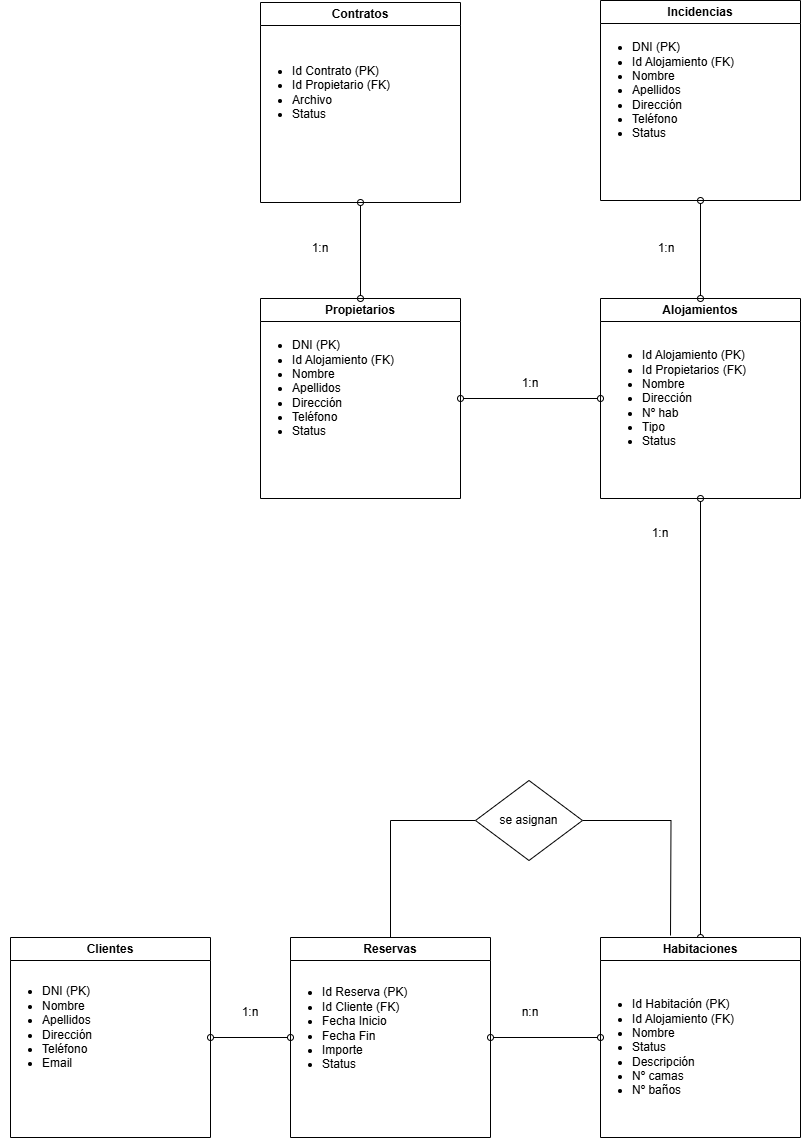
Earlier version of the draw.io export docs/BBDD.png (laumarm6/alojamiento). Source tidied: cells renumbered, new cells last; positions are measured from the earlier drawing's top-left corner, leaving out a move shared by most shapes.
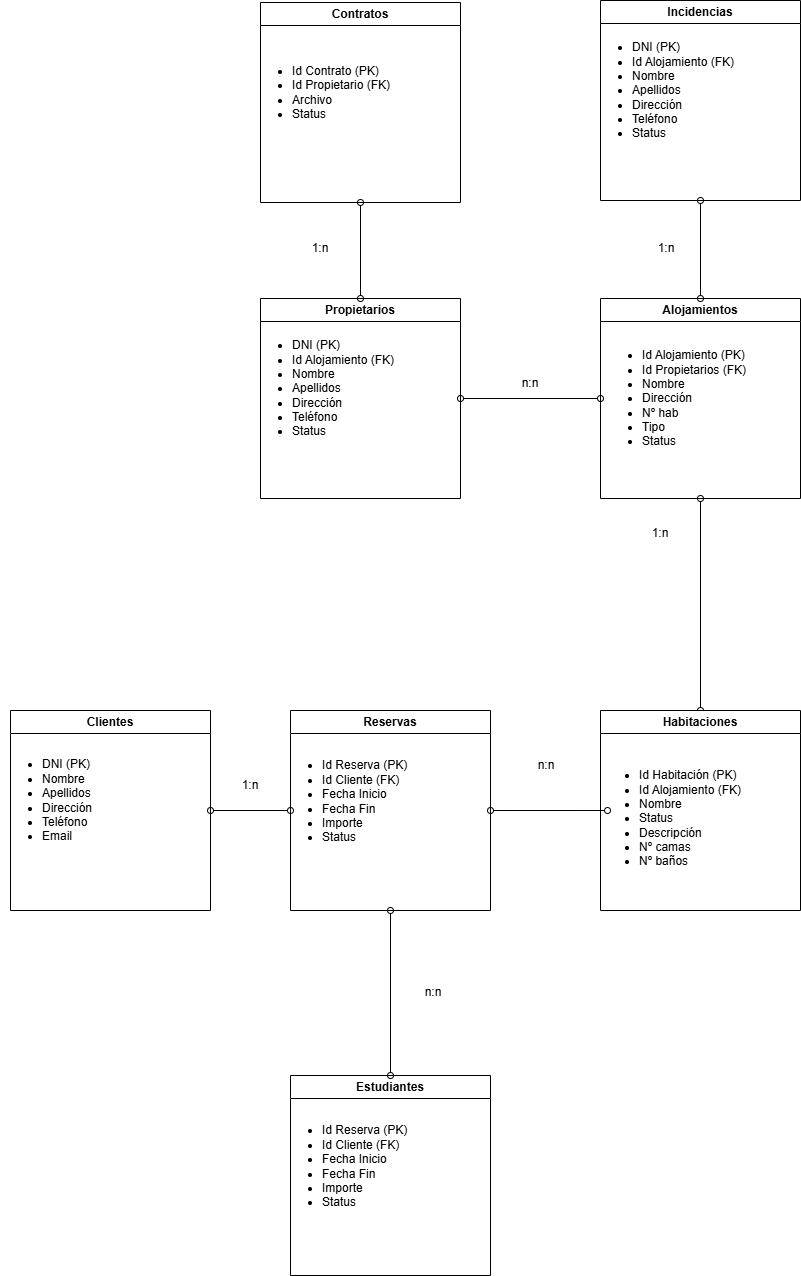
After the commit.

Commit message:
actualizao esquema BBDD

Diff of the diagram source:
```diff
@@ -17,20 +17,14 @@
     <mxCell id="6" style="edgeStyle=orthogonalEdgeStyle;rounded=0;jettySize=auto;html=1;exitX=0.5;exitY=0;exitDx=0;exitDy=0;entryX=0.5;entryY=1;entryDx=0;entryDy=0;endArrow=oval;startFill=0;startArrow=oval;endFill=0;" parent="1" edge="1" source="8" target="4">
       <mxGeometry relative="1" as="geometry" />
     </mxCell>
-    <mxCell id="7" style="edgeStyle=orthogonalEdgeStyle;rounded=0;jettySize=auto;html=1;entryX=1;entryY=0.5;entryDx=0;entryDy=0;endArrow=oval;startFill=0;startArrow=oval;endFill=0;" parent="1" edge="1" source="8" target="11">
-      <mxGeometry relative="1" as="geometry" />
-    </mxCell>
     <mxCell id="8" value="Habitaciones" style="swimlane;whiteSpace=wrap;html=1;" parent="1" vertex="1">
-      <mxGeometry x="600" y="937" width="200" height="200" as="geometry" />
+      <mxGeometry x="600" y="710" width="200" height="200" as="geometry" />
     </mxCell>
     <mxCell id="9" value="&lt;ul&gt;&lt;li&gt;Id Habitación (PK)&lt;/li&gt;&lt;li&gt;Id Alojamiento (FK)&lt;/li&gt;&lt;li&gt;Nombre&lt;/li&gt;&lt;li&gt;Status&lt;/li&gt;&lt;li&gt;Descripción&lt;/li&gt;&lt;li&gt;Nº camas&lt;/li&gt;&lt;li&gt;Nº baños&lt;/li&gt;&lt;/ul&gt;" style="text;html=1;align=left;verticalAlign=middle;points=[];strokeColor=none;fillColor=none;" parent="8" vertex="1">
-      <mxGeometry x="-10" y="40" width="170" height="140" as="geometry" />
+      <mxGeometry x="-3" y="38" width="170" height="140" as="geometry" />
     </mxCell>
-    <mxCell id="10" style="edgeStyle=orthogonalEdgeStyle;rounded=0;jettySize=auto;html=1;exitX=0.5;exitY=0;exitDx=0;exitDy=0;entryX=0;entryY=0.5;entryDx=0;entryDy=0;strokeColor=default;endArrow=none;startFill=0;" parent="1" edge="1" source="11" target="30">
-      <mxGeometry relative="1" as="geometry" />
-    </mxCell>
     <mxCell id="11" value="Reservas" style="swimlane;whiteSpace=wrap;html=1;" parent="1" vertex="1">
-      <mxGeometry x="290" y="937" width="200" height="200" as="geometry" />
+      <mxGeometry x="290" y="710" width="200" height="200" as="geometry" />
     </mxCell>
     <mxCell id="12" value="&lt;ul&gt;&lt;li&gt;Id Reserva (PK)&lt;/li&gt;&lt;li&gt;Id Cliente (FK)&lt;/li&gt;&lt;li&gt;Fecha Inicio&lt;/li&gt;&lt;li&gt;Fecha Fin&lt;/li&gt;&lt;li&gt;Importe&lt;/li&gt;&lt;li&gt;Status&lt;/li&gt;&lt;/ul&gt;" style="text;html=1;align=left;verticalAlign=middle;strokeColor=none;fillColor=none;" parent="11" vertex="1">
       <mxGeometry x="-10" y="30" width="143" height="122" as="geometry" />
@@ -39,7 +33,7 @@
       <mxGeometry relative="1" as="geometry" />
     </mxCell>
     <mxCell id="14" value="Clientes" style="swimlane;whiteSpace=wrap;html=1;" parent="1" vertex="1">
-      <mxGeometry x="10" y="937" width="200" height="200" as="geometry" />
+      <mxGeometry x="10" y="710" width="200" height="200" as="geometry" />
     </mxCell>
     <mxCell id="15" value="&lt;ul&gt;&lt;li&gt;DNI (PK)&lt;/li&gt;&lt;li&gt;Nombre&lt;/li&gt;&lt;li&gt;Apellidos&lt;/li&gt;&lt;li&gt;Dirección&lt;/li&gt;&lt;li style=&quot;&quot;&gt;Teléfono&lt;/li&gt;&lt;li style=&quot;&quot;&gt;Email&lt;/li&gt;&lt;/ul&gt;" style="text;html=1;align=left;verticalAlign=middle;strokeColor=none;fillColor=none;" parent="14" vertex="1">
       <mxGeometry x="-10" y="30" width="110" height="120" as="geometry" />
@@ -47,17 +41,14 @@
     <mxCell id="16" style="rounded=0;jettySize=auto;html=1;entryX=1;entryY=0.5;entryDx=0;entryDy=0;startArrow=oval;startFill=0;endArrow=oval;endFill=0;" parent="1" edge="1" source="5" target="2">
       <mxGeometry relative="1" as="geometry" />
     </mxCell>
-    <mxCell id="17" value="1:n" style="text;html=1;align=center;verticalAlign=middle;whiteSpace=wrap;rounded=0;" parent="1" vertex="1">
+    <mxCell id="17" value="n:n" style="text;html=1;align=center;verticalAlign=middle;whiteSpace=wrap;rounded=0;" parent="1" vertex="1">
       <mxGeometry x="500" y="368" width="60" height="30" as="geometry" />
     </mxCell>
     <mxCell id="18" value="1:n" style="text;html=1;align=center;verticalAlign=middle;whiteSpace=wrap;rounded=0;" parent="1" vertex="1">
       <mxGeometry x="630" y="518" width="60" height="30" as="geometry" />
     </mxCell>
-    <mxCell id="19" value="n:n" style="text;html=1;align=center;verticalAlign=middle;whiteSpace=wrap;rounded=0;" parent="1" vertex="1">
-      <mxGeometry x="500" y="997" width="60" height="30" as="geometry" />
-    </mxCell>
     <mxCell id="20" value="1:n" style="text;html=1;align=center;verticalAlign=middle;whiteSpace=wrap;rounded=0;" parent="1" vertex="1">
-      <mxGeometry x="220" y="997" width="60" height="30" as="geometry" />
+      <mxGeometry x="220" y="770" width="60" height="30" as="geometry" />
     </mxCell>
     <mxCell id="21" value="Contratos" style="swimlane;whiteSpace=wrap;html=1;" parent="1" vertex="1">
       <mxGeometry x="260" y="2" width="200" height="200" as="geometry" />
@@ -83,13 +74,23 @@
     <mxCell id="28" value="1:n" style="text;html=1;align=center;verticalAlign=middle;whiteSpace=wrap;rounded=0;" parent="1" vertex="1">
       <mxGeometry x="636" y="233" width="60" height="30" as="geometry" />
     </mxCell>
-    <mxCell id="29" style="edgeStyle=orthogonalEdgeStyle;rounded=0;jettySize=auto;html=1;exitX=1;exitY=0.5;exitDx=0;exitDy=0;endArrow=none;startFill=0;" parent="1" edge="1" source="30">
-      <mxGeometry relative="1" as="geometry">
-        <mxPoint x="670" y="935" as="targetPoint" />
-      </mxGeometry>
-    </mxCell>
-    <mxCell id="30" value="se asignan" style="rhombus;whiteSpace=wrap;html=1;" parent="1" vertex="1">
-      <mxGeometry x="475" y="780" width="107" height="80" as="geometry" />
-    </mxCell>
+    <mxCell id="31" value="Estudiantes" style="swimlane;whiteSpace=wrap;html=1;" parent="1" vertex="1">
+      <mxGeometry x="290" y="1075" width="200" height="200" as="geometry" />
+    </mxCell>
+    <mxCell id="32" value="&lt;ul&gt;&lt;li&gt;Id Reserva (PK)&lt;/li&gt;&lt;li&gt;Id Cliente (FK)&lt;/li&gt;&lt;li&gt;Fecha Inicio&lt;/li&gt;&lt;li&gt;Fecha Fin&lt;/li&gt;&lt;li&gt;Importe&lt;/li&gt;&lt;li&gt;Status&lt;/li&gt;&lt;/ul&gt;" style="text;html=1;align=left;verticalAlign=middle;strokeColor=none;fillColor=none;" parent="31" vertex="1">
+      <mxGeometry x="-10" y="30" width="143" height="122" as="geometry" />
+    </mxCell>
+    <mxCell id="33" style="edgeStyle=orthogonalEdgeStyle;rounded=0;jettySize=auto;html=1;entryX=0.5;entryY=1;entryDx=0;entryDy=0;endArrow=oval;startFill=0;startArrow=oval;endFill=0;exitX=0.5;exitY=0;exitDx=0;exitDy=0;" parent="1" edge="1" source="31" target="11">
+      <mxGeometry relative="1" as="geometry" />
+    </mxCell>
+    <mxCell id="34" value="n:n" style="text;html=1;align=center;verticalAlign=middle;whiteSpace=wrap;rounded=0;" parent="1" vertex="1">
+      <mxGeometry x="403" y="977" width="60" height="30" as="geometry" />
+    </mxCell>
+    <mxCell id="35" style="edgeStyle=orthogonalEdgeStyle;rounded=0;jettySize=auto;html=1;entryX=1;entryY=0.5;entryDx=0;entryDy=0;endArrow=oval;startFill=0;startArrow=oval;endFill=0;exitX=0.059;exitY=0.443;exitDx=0;exitDy=0;exitPerimeter=0;" parent="1" edge="1" source="9" target="11">
+      <mxGeometry relative="1" as="geometry" />
+    </mxCell>
+    <mxCell id="36" value="n:n" style="text;html=1;align=center;verticalAlign=middle;whiteSpace=wrap;rounded=0;" parent="1" vertex="1">
+      <mxGeometry x="516" y="750" width="60" height="30" as="geometry" />
+    </mxCell>
   </root>
 </mxGraphModel>
```
